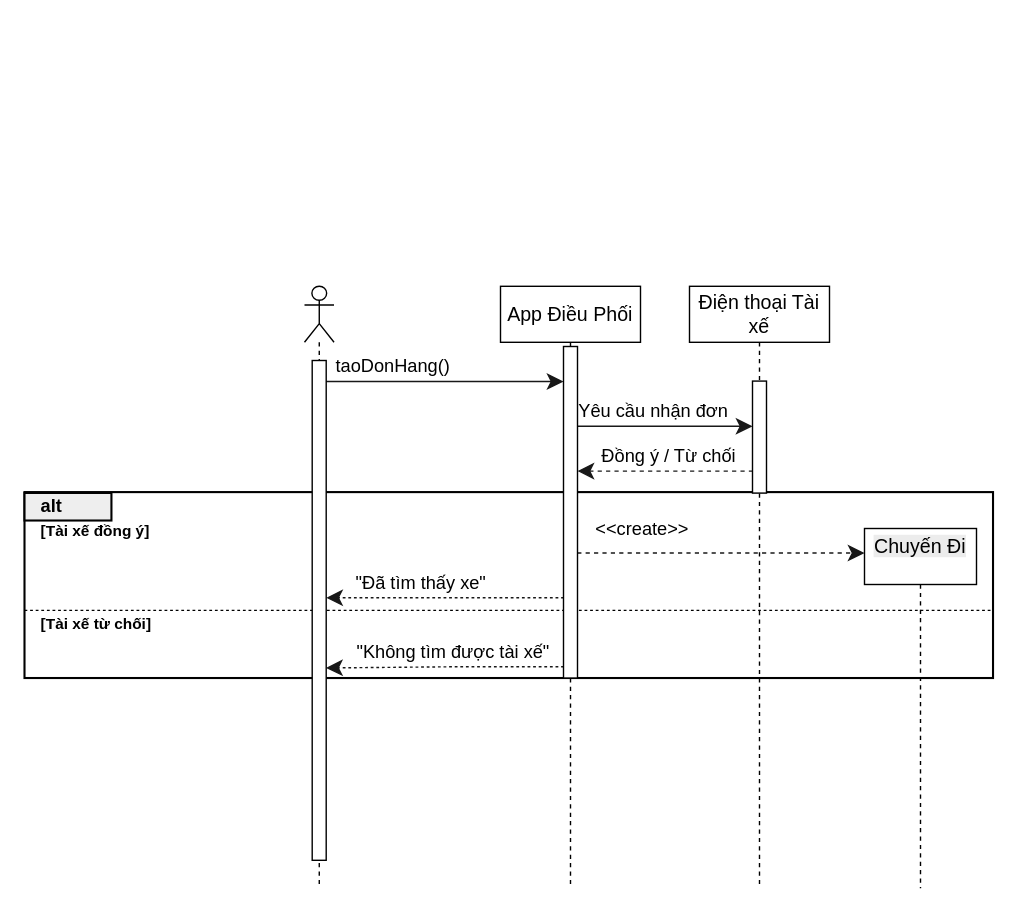
This is btth3.drawio from Kyenmissher/NguyenVoTrungKien_CNTT2_B25DTCN185_PTHTSS10_b3, a draw.io file, before an edit. Source tidied: cells renumbered, new cells numbered last; positions are measured from the earlier drawing's top-left corner, leaving out a move shared by most shapes. Both pictures are drawn from the tidied source at 140%, with x=0, y=0 at pixel (24, 24).
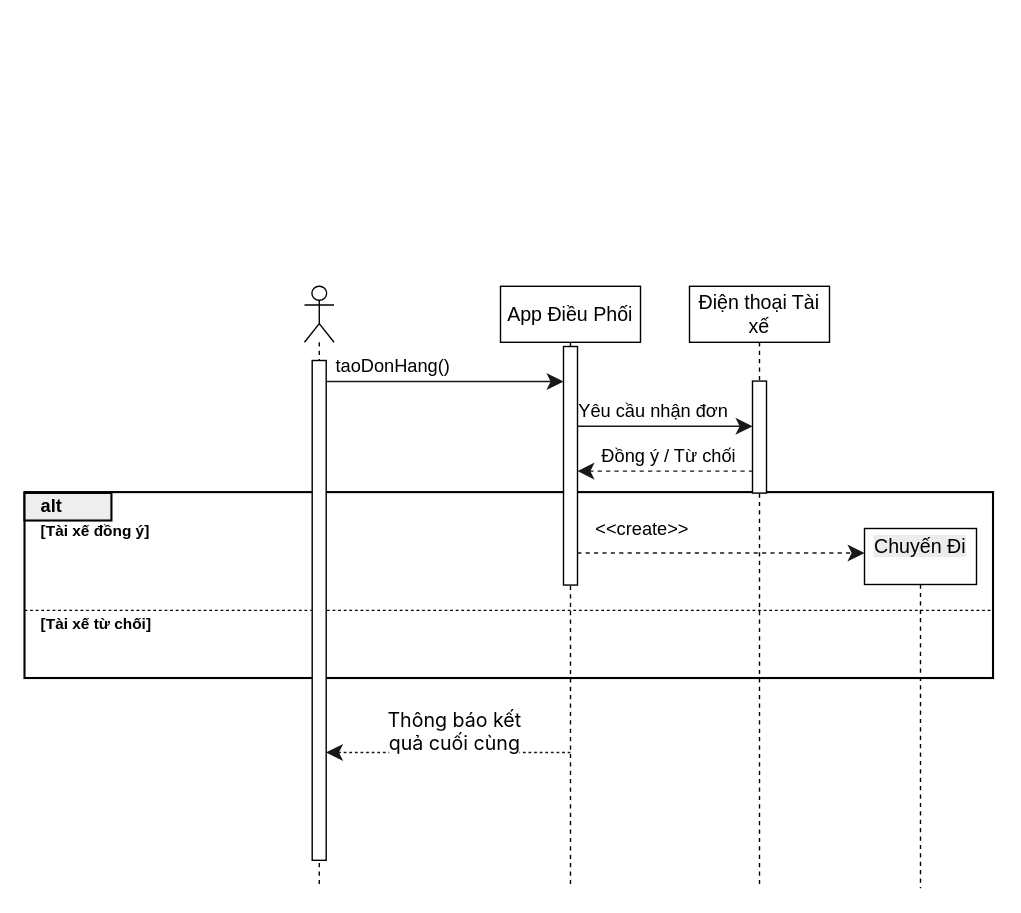
After the change.

Unchanged cells that the change refers to:
```xml
<mxCell id="2" style="group;transparentBounds=1;editIcon=1;lockedGroup=0;groupPadding=10;" parent="1" vertex="1">
  <mxGeometry x="50" as="geometry" />
</mxCell>
<mxCell id="14" style="shape=umlLifeline;perimeter=lifelinePerimeter;whiteSpace=wrap;html=1;outlineConnect=0;portConstraint=eastwest;newEdgeStyle={&quot;curved&quot;:0,&quot;rounded&quot;:0};participant=umlActor;" parent="2" vertex="1">
  <mxGeometry x="150" y="187" width="21.1" height="430" as="geometry" />
</mxCell>
<mxCell id="15" style="html=1;points=[[0,0,0,0,5],[0,1,0,0,-5],[1,0,0,0,5],[1,1,0,0,-5]];perimeter=orthogonalPerimeter;outlineConnect=0;targetShapes=umlLifeline;portConstraint=eastwest;newEdgeStyle={&quot;curved&quot;:0,&quot;rounded&quot;:0};" parent="14" vertex="1">
  <mxGeometry x="5.5" y="53" width="10" height="357" as="geometry" />
</mxCell>
```

Diff of the diagram source:
```diff
@@
-    <mxCell id="12" value="&quot;Đã tìm thấy xe&quot;" style="endArrow=classic;endFill=1;endSize=9;html=1;rounded=0;edgeStyle=none;curved=0;strokeColor=#181818;strokeWidth=1;fontColor=#000000;fontSize=13;verticalAlign=bottom;labelBackgroundColor=none;dashed=1;dashPattern=2 2;sourcePerimeterSpacing=0;targetPerimeterSpacing=0;" parent="2" edge="1" target="15">
-      <mxGeometry x="0.22" relative="1" as="geometry">
-        <mxPoint x="339.3" y="409.5" as="sourcePoint" />
-        <Array as="points">
-          <mxPoint x="252" y="409.5" />
-        </Array>
-      </mxGeometry>
-    </mxCell>
-    <mxCell id="13" value="&quot;Không tìm được tài xế&quot;" style="endArrow=classic;endFill=1;endSize=9;html=1;rounded=0;edgeStyle=none;curved=0;strokeColor=#181818;strokeWidth=1;fontColor=#000000;fontSize=13;verticalAlign=bottom;labelBackgroundColor=none;dashed=1;dashPattern=2 2;sourcePerimeterSpacing=0;targetPerimeterSpacing=0;entryX=0.729;entryY=0.634;entryDx=0;entryDy=0;entryPerimeter=0;" parent="2" edge="1" target="14">
-      <mxGeometry x="-0.05" relative="1" as="geometry">
-        <mxPoint x="339.3" y="458.8" as="sourcePoint" />
+    <mxCell id="13" style="endArrow=classic;endFill=1;endSize=9;html=1;rounded=0;edgeStyle=none;curved=0;strokeColor=#181818;strokeWidth=1;fontColor=#000000;fontSize=13;verticalAlign=bottom;labelBackgroundColor=none;dashed=1;dashPattern=2 2;sourcePerimeterSpacing=0;targetPerimeterSpacing=0;" parent="2" edge="1">
+      <mxGeometry x="0.15" y="80" relative="1" as="geometry">
+        <mxPoint x="340" y="520" as="sourcePoint" />
+        <mxPoint x="165.4" y="520" as="targetPoint" />
         <Array as="points">
-          <mxPoint x="252" y="458.8" />
+          <mxPoint x="240" y="520" />
         </Array>
       </mxGeometry>
     </mxCell>
@@
     <mxCell id="19" style="html=1;points=[[0,0,0,0,5],[0,1,0,0,-5],[1,0,0,0,5],[1,1,0,0,-5]];perimeter=orthogonalPerimeter;outlineConnect=0;targetShapes=umlLifeline;portConstraint=eastwest;newEdgeStyle={&quot;curved&quot;:0,&quot;rounded&quot;:0};" parent="2" vertex="1">
-      <mxGeometry x="335" y="230" width="10" height="236.8" as="geometry" />
+      <mxGeometry x="335" y="230" width="10" height="170.4" as="geometry" />
     </mxCell>
@@
+    <mxCell id="21" value="&lt;span style=&quot;font-family: SFProDisplay; font-size: 14px; text-align: start; background-color: rgb(255, 255, 255);&quot;&gt;Thông báo kết quả cuối cùng&lt;/span&gt;" style="text;html=1;whiteSpace=wrap;strokeColor=none;fillColor=none;align=center;verticalAlign=middle;rounded=0;" parent="2" vertex="1">
+      <mxGeometry x="200" y="490" width="115" height="30" as="geometry" />
+    </mxCell>
```
